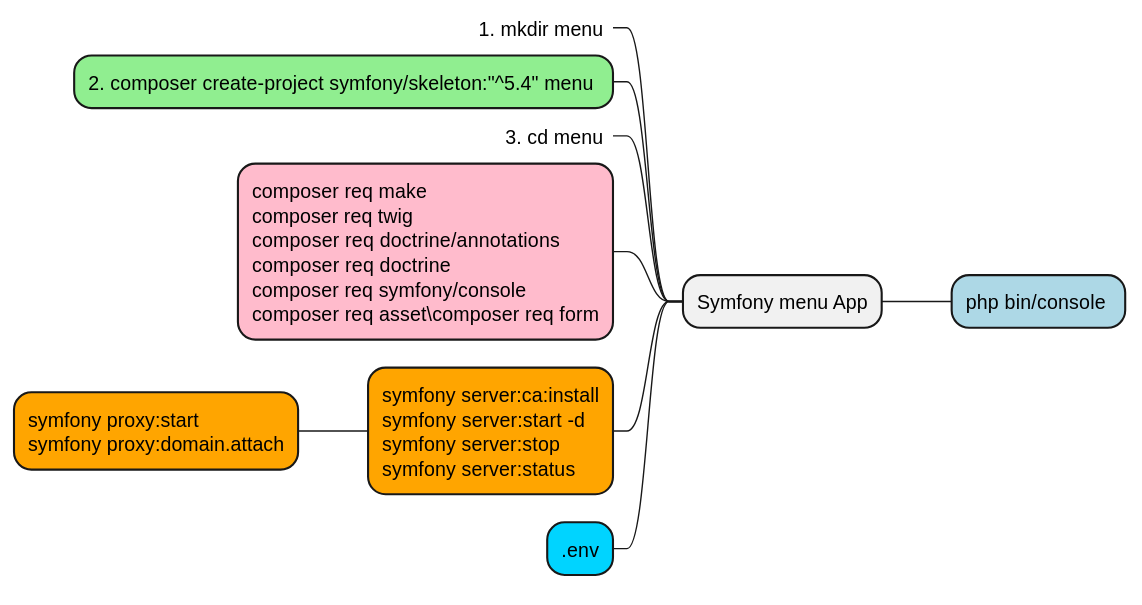
This is out/public/doc/MMD/MMD.svg from tonisun/menu, a PlantUML export, as it was before one commit. Its diagram source:
```plantuml
@startmindmap
<style>
mindmapDiagram {
  .lila {
    BackgroundColor #e700ff
  }
  .blau {
    BackgroundColor #00d4ff
  }
  .orange {
    BackgroundColor orange
  }
  .green {
    BackgroundColor lightgreen
  }
  .rose {
    BackgroundColor #FFBBCC
  }
  .your_style_name {
    BackgroundColor lightblue
  }
}
</style>
+ Symfony menu App
--_ 1. mkdir menu
-- 2. composer create-project symfony/skeleton:"^5.4" menu <<green>>
--_ 3. cd menu <<green>>
-- composer req make\ncomposer req twig\ncomposer req doctrine/annotations\ncomposer req doctrine\ncomposer req symfony/console\ncomposer req asset\composer req form<<rose>>
-- symfony server:ca:install\nsymfony server:start -d\nsymfony server:stop\nsymfony server:status<<orange>>
--- symfony proxy:start\nsymfony proxy:domain.attach<<orange>>
-- .env<<blau>>
++ php bin/console <<your_style_name>>
@endmindmap
```
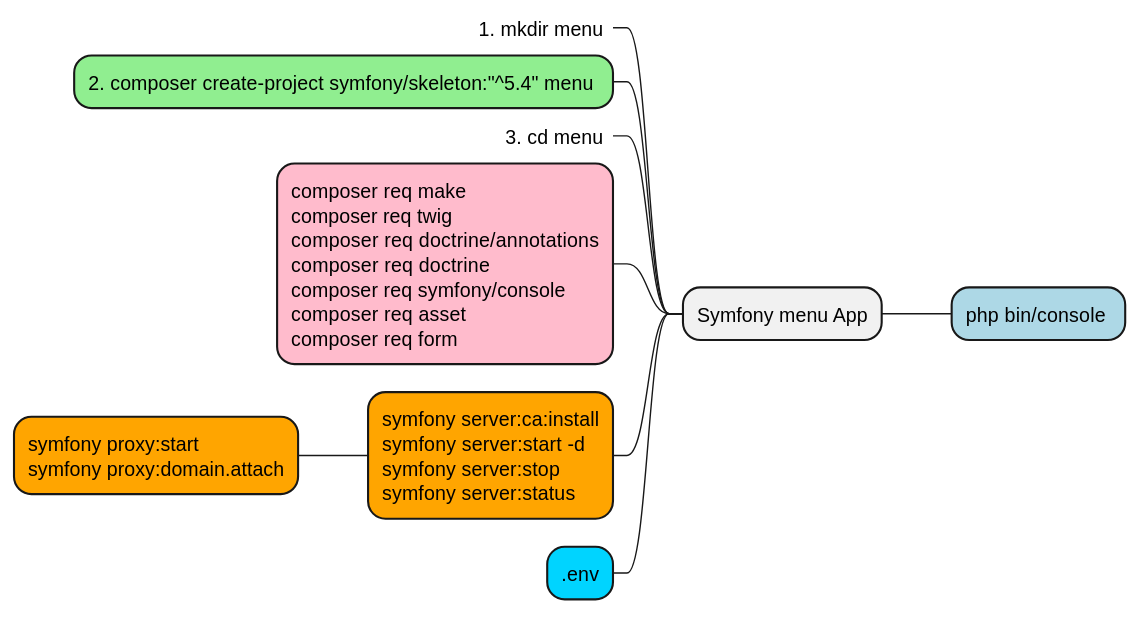
After the change.

The edit, as a diff of the source:
```diff
@@ -25,7 +25,7 @@
 --_ 1. mkdir menu
 -- 2. composer create-project symfony/skeleton:"^5.4" menu <<green>>
 --_ 3. cd menu <<green>>
--- composer req make\ncomposer req twig\ncomposer req doctrine/annotations\ncomposer req doctrine\ncomposer req symfony/console\ncomposer req asset\composer req form<<rose>>
+-- composer req make\ncomposer req twig\ncomposer req doctrine/annotations\ncomposer req doctrine\ncomposer req symfony/console\ncomposer req asset\ncomposer req form<<rose>>
 -- symfony server:ca:install\nsymfony server:start -d\nsymfony server:stop\nsymfony server:status<<orange>>
 --- symfony proxy:start\nsymfony proxy:domain.attach<<orange>>
 -- .env<<blau>>
```
